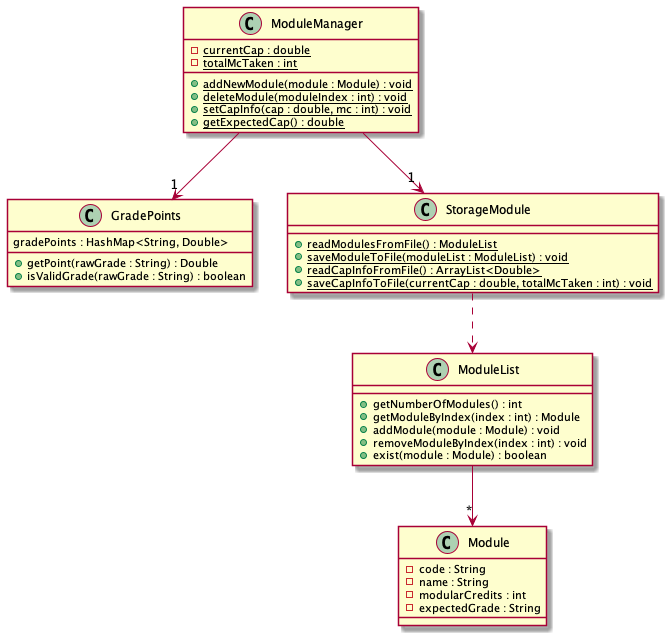
Above: docs/images/module/Module.png in swatimahadevan/tp (PlantUML), before the change.
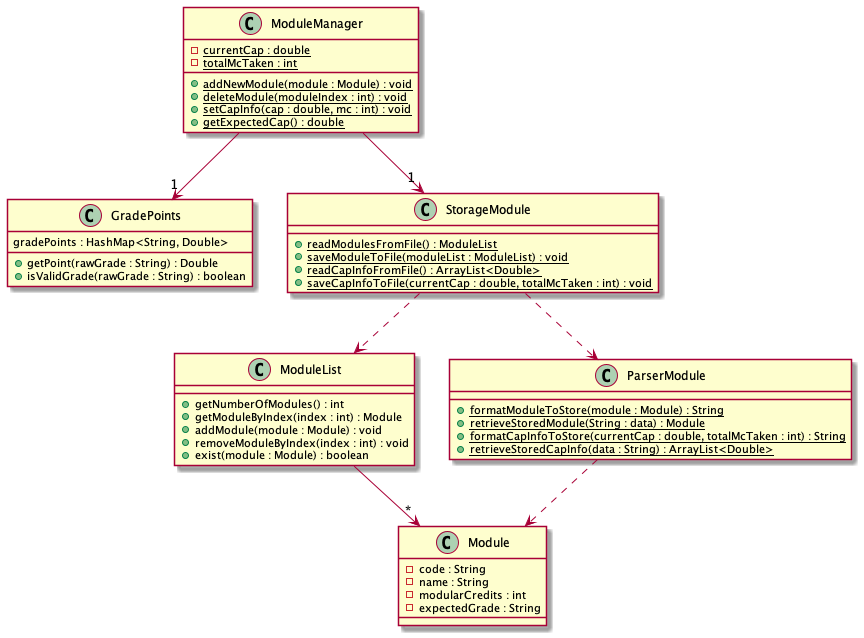
After the commit.

Commit message:
Update DG ToC, add module model design

The edit, as a diff of the source:
```diff
@@ -37,9 +37,18 @@
     + {static} saveCapInfoToFile(currentCap : double, totalMcTaken : int) : void
 }
 
+class ParserModule {
+    + {static} formatModuleToStore(module : Module) : String
+    + {static} retrieveStoredModule(String : data) : Module
+    + {static} formatCapInfoToStore(currentCap : double, totalMcTaken : int) : String
+    + {static} retrieveStoredCapInfo(data : String) : ArrayList<Double>
+}
+
 ModuleList --> "*" Module
 ModuleManager --> "1" GradePoints
 ModuleManager --> "1" StorageModule
 StorageModule ..> ModuleList
+StorageModule ..> ParserModule
+ParserModule ..> Module
 
 @enduml
```
